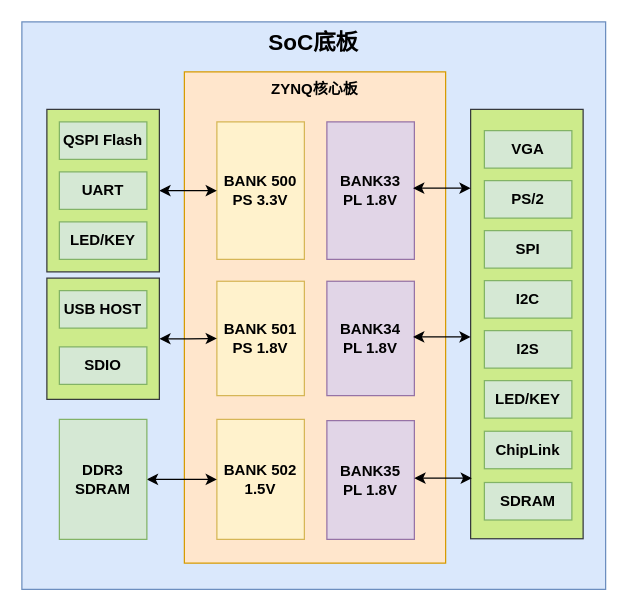
The draw.io diagram images/board/res/v2p1/board-res.drawio in oscc-web/ysyx-website-resources, before the edit. Source tidied: cells renumbered, new cells numbered last; positions are measured from the earlier drawing's top-left corner, leaving out a move shared by most shapes. Both pictures are drawn from the tidied source at 125%, with x=0, y=0 at pixel (21, 21).
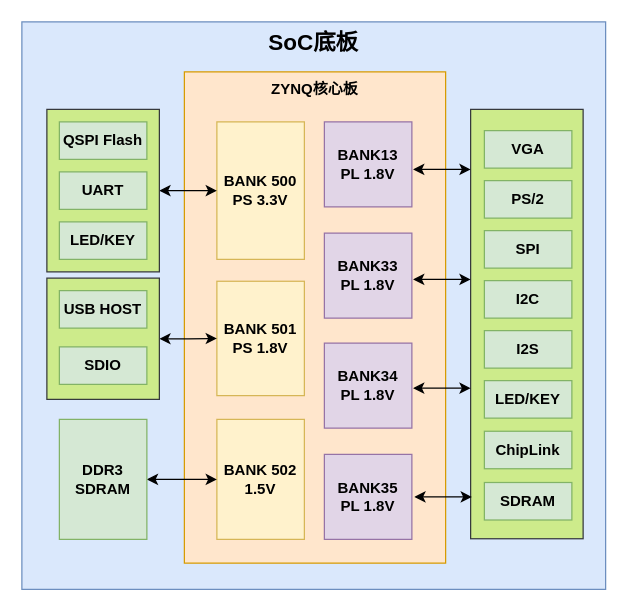
After the change.

Diff of the diagram source:
```diff
@@
-    <mxCell id="7" value="&lt;b&gt;BANK34&lt;br&gt;PL 1.8V&lt;br&gt;&lt;/b&gt;" style="rounded=0;whiteSpace=wrap;html=1;verticalAlign=middle;fillColor=#e1d5e7;strokeColor=#9673a6;" parent="1" vertex="1">
-      <mxGeometry x="244" y="207.5" width="70" height="91.5" as="geometry" />
-    </mxCell>
@@
     <mxCell id="28" value="&lt;b&gt;BANK33&lt;br&gt;PL 1.8V&lt;br&gt;&lt;/b&gt;" style="rounded=0;whiteSpace=wrap;html=1;verticalAlign=middle;fillColor=#e1d5e7;strokeColor=#9673a6;" parent="1" vertex="1">
-      <mxGeometry x="244" y="80" width="70" height="110" as="geometry" />
+      <mxGeometry x="242" y="169" width="70" height="68" as="geometry" />
     </mxCell>
-    <mxCell id="29" value="&lt;b&gt;BANK35&lt;br&gt;PL 1.8V&lt;br&gt;&lt;/b&gt;" style="rounded=0;whiteSpace=wrap;html=1;verticalAlign=middle;fillColor=#e1d5e7;strokeColor=#9673a6;" parent="1" vertex="1">
-      <mxGeometry x="244" y="319" width="70" height="95" as="geometry" />
-    </mxCell>
     <mxCell id="30" style="edgeStyle=orthogonalEdgeStyle;rounded=0;orthogonalLoop=1;jettySize=auto;html=1;exitX=1;exitY=0.5;exitDx=0;exitDy=0;startArrow=classic;startFill=1;" parent="1" edge="1">
       <mxGeometry relative="1" as="geometry">
-        <mxPoint x="313" y="252" as="sourcePoint" />
-        <mxPoint x="359" y="252" as="targetPoint" />
+        <mxPoint x="313" y="293" as="sourcePoint" />
+        <mxPoint x="359" y="293" as="targetPoint" />
       </mxGeometry>
     </mxCell>
     <mxCell id="31" style="edgeStyle=orthogonalEdgeStyle;rounded=0;orthogonalLoop=1;jettySize=auto;html=1;exitX=1;exitY=0.5;exitDx=0;exitDy=0;startArrow=classic;startFill=1;" parent="1" edge="1">
       <mxGeometry relative="1" as="geometry">
-        <mxPoint x="313" y="133" as="sourcePoint" />
-        <mxPoint x="359" y="133" as="targetPoint" />
+        <mxPoint x="313" y="118" as="sourcePoint" />
+        <mxPoint x="359" y="118" as="targetPoint" />
       </mxGeometry>
     </mxCell>
     <mxCell id="32" style="edgeStyle=orthogonalEdgeStyle;rounded=0;orthogonalLoop=1;jettySize=auto;html=1;exitX=1;exitY=0.5;exitDx=0;exitDy=0;startArrow=classic;startFill=1;" parent="1" edge="1">
       <mxGeometry relative="1" as="geometry">
-        <mxPoint x="314" y="365" as="sourcePoint" />
-        <mxPoint x="360" y="365" as="targetPoint" />
+        <mxPoint x="314" y="380" as="sourcePoint" />
+        <mxPoint x="360" y="380" as="targetPoint" />
       </mxGeometry>
     </mxCell>
+    <mxCell id="33" value="&lt;b&gt;BANK13&lt;br&gt;PL 1.8V&lt;br&gt;&lt;/b&gt;" style="rounded=0;whiteSpace=wrap;html=1;verticalAlign=middle;fillColor=#e1d5e7;strokeColor=#9673a6;" parent="1" vertex="1">
+      <mxGeometry x="242" y="80" width="70" height="68" as="geometry" />
+    </mxCell>
+    <mxCell id="7" value="&lt;b&gt;BANK34&lt;br&gt;PL 1.8V&lt;br&gt;&lt;/b&gt;" style="rounded=0;whiteSpace=wrap;html=1;verticalAlign=middle;fillColor=#e1d5e7;strokeColor=#9673a6;" parent="1" vertex="1">
+      <mxGeometry x="242" y="257" width="70" height="68" as="geometry" />
+    </mxCell>
+    <mxCell id="29" value="&lt;b&gt;BANK35&lt;br&gt;PL 1.8V&lt;br&gt;&lt;/b&gt;" style="rounded=0;whiteSpace=wrap;html=1;verticalAlign=middle;fillColor=#e1d5e7;strokeColor=#9673a6;" parent="1" vertex="1">
+      <mxGeometry x="242" y="346" width="70" height="68" as="geometry" />
+    </mxCell>
+    <mxCell id="34" style="edgeStyle=orthogonalEdgeStyle;rounded=0;orthogonalLoop=1;jettySize=auto;html=1;exitX=1;exitY=0.5;exitDx=0;exitDy=0;startArrow=classic;startFill=1;" parent="1" edge="1">
+      <mxGeometry relative="1" as="geometry">
+        <mxPoint x="313" y="206" as="sourcePoint" />
+        <mxPoint x="359" y="206" as="targetPoint" />
+      </mxGeometry>
+    </mxCell>
```
